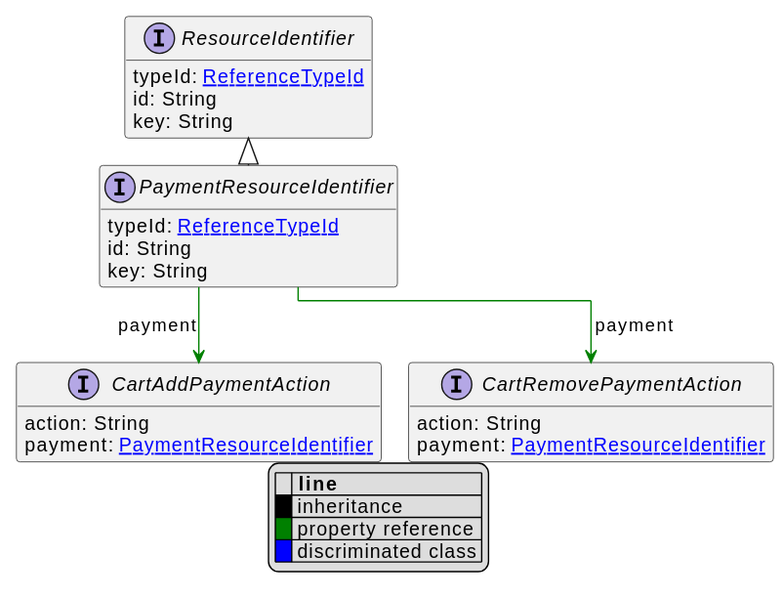
Above: uml/api/svg/PaymentResourceIdentifier.svg in commercetools/commercetools-api-reference (PlantUML), before the change.
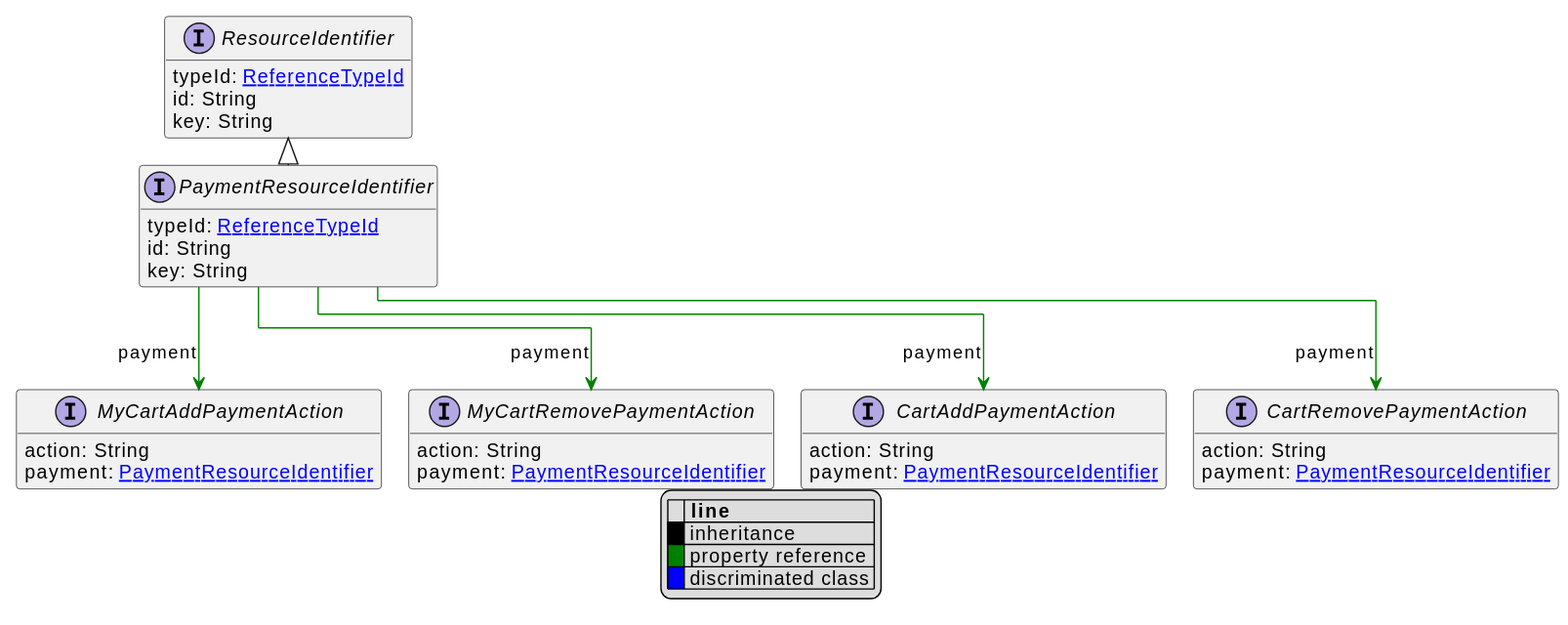
The same file after the commit.

The edit, as a diff of the source:
```diff
@@ -28,7 +28,17 @@
     action: String
     payment: [[PaymentResourceIdentifier.svg PaymentResourceIdentifier]]
 }
+interface MyCartAddPaymentAction [[MyCartAddPaymentAction.svg]]  {
+    action: String
+    payment: [[PaymentResourceIdentifier.svg PaymentResourceIdentifier]]
+}
+interface MyCartRemovePaymentAction [[MyCartRemovePaymentAction.svg]]  {
+    action: String
+    payment: [[PaymentResourceIdentifier.svg PaymentResourceIdentifier]]
+}
 
 PaymentResourceIdentifier --> CartAddPaymentAction #green;text:green : "payment"
 PaymentResourceIdentifier --> CartRemovePaymentAction #green;text:green : "payment"
+PaymentResourceIdentifier --> MyCartAddPaymentAction #green;text:green : "payment"
+PaymentResourceIdentifier --> MyCartRemovePaymentAction #green;text:green : "payment"
 @enduml
```
